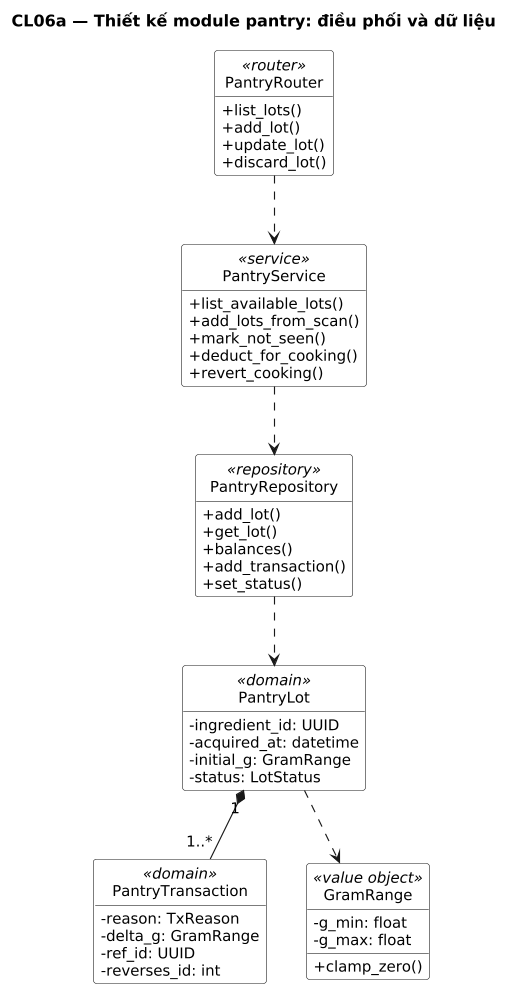
NamBuw/Tastoria keeps this PlantUML diagram as docs/uml/out/class/CL06a-thiet-ke-pantry-dieu-phoi.png. Above is the earlier version.
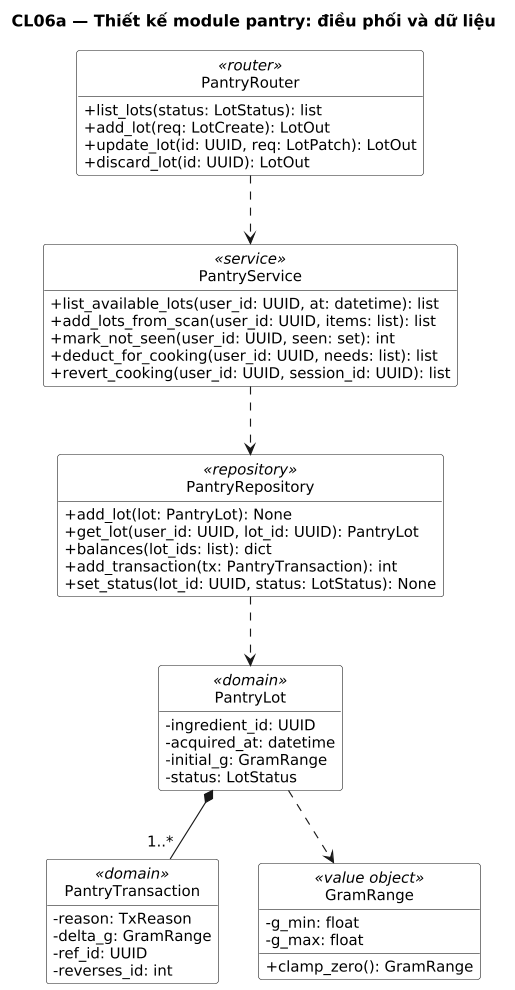
The same file after the commit.

What changed in the source:
```diff
@@ -11,24 +11,24 @@
 skinparam ClassBackgroundColor White
 
 class "PantryRouter" as R <<router>> {
-  +list_lots()
-  +add_lot()
-  +update_lot()
-  +discard_lot()
+  +list_lots(status: LotStatus): list
+  +add_lot(req: LotCreate): LotOut
+  +update_lot(id: UUID, req: LotPatch): LotOut
+  +discard_lot(id: UUID): LotOut
 }
 class "PantryService" as S <<service>> {
-  +list_available_lots()
-  +add_lots_from_scan()
-  +mark_not_seen()
-  +deduct_for_cooking()
-  +revert_cooking()
+  +list_available_lots(user_id: UUID, at: datetime): list
+  +add_lots_from_scan(user_id: UUID, items: list): list
+  +mark_not_seen(user_id: UUID, seen: set): int
+  +deduct_for_cooking(user_id: UUID, needs: list): list
+  +revert_cooking(user_id: UUID, session_id: UUID): list
 }
 class "PantryRepository" as RP <<repository>> {
-  +add_lot()
-  +get_lot()
-  +balances()
-  +add_transaction()
-  +set_status()
+  +add_lot(lot: PantryLot): None
+  +get_lot(user_id: UUID, lot_id: UUID): PantryLot
+  +balances(lot_ids: list): dict
+  +add_transaction(tx: PantryTransaction): int
+  +set_status(lot_id: UUID, status: LotStatus): None
 }
 class "PantryLot" as LO <<domain>> {
   -ingredient_id: UUID
@@ -45,12 +45,12 @@
 class "GramRange" as GR <<value object>> {
   -g_min: float
   -g_max: float
-  +clamp_zero()
+  +clamp_zero(): GramRange
 }
 
 R ..> S
 S ..> RP
 RP ..> LO
-LO "1" *-- "1..*" TX
+LO *-- "1..*" TX
 LO ..> GR
 @enduml
```
